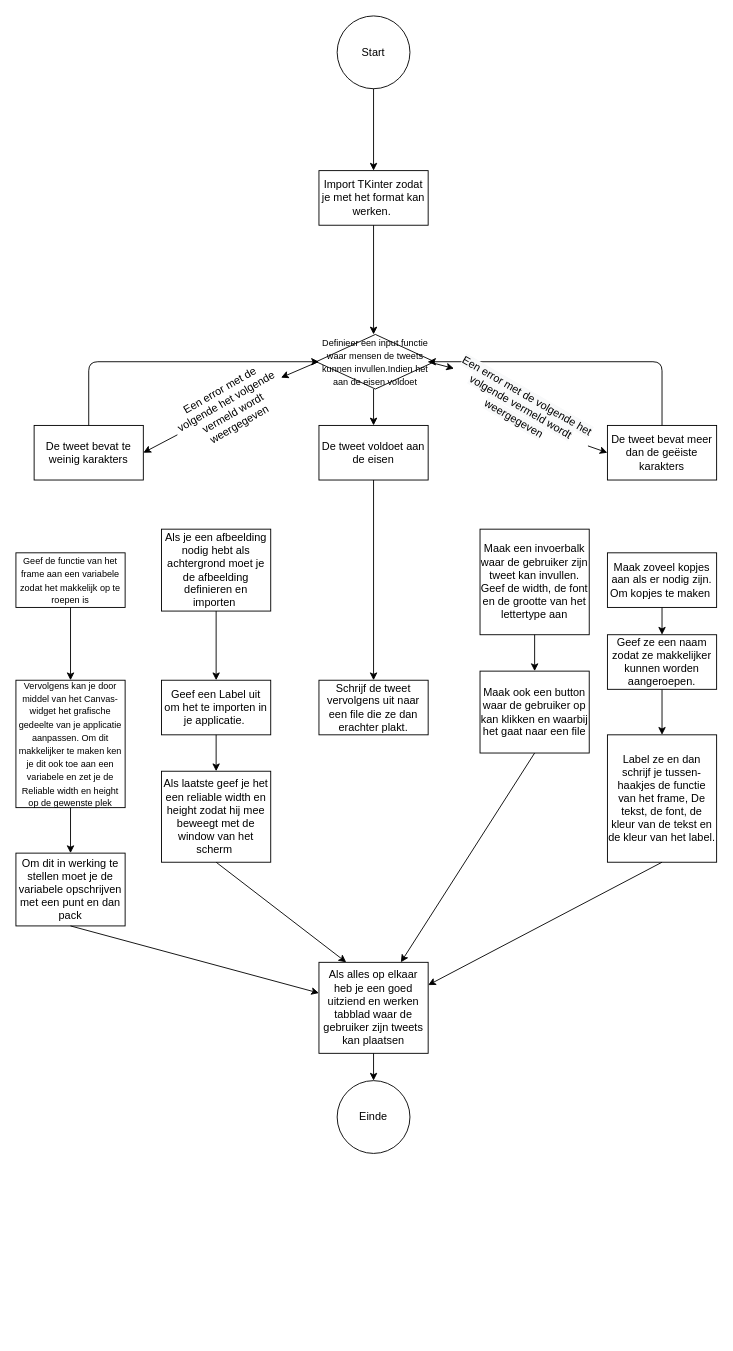
The draw.io diagram Untitled Diagram.drawio in yairw-222/Ya-r, before the edit. Source tidied: cells renumbered, new cells numbered last; positions are measured from the earlier drawing's top-left corner, leaving out a move shared by most shapes. Both pictures are drawn from the tidied source at 91%, with x=0, y=0 at pixel (15, 15).
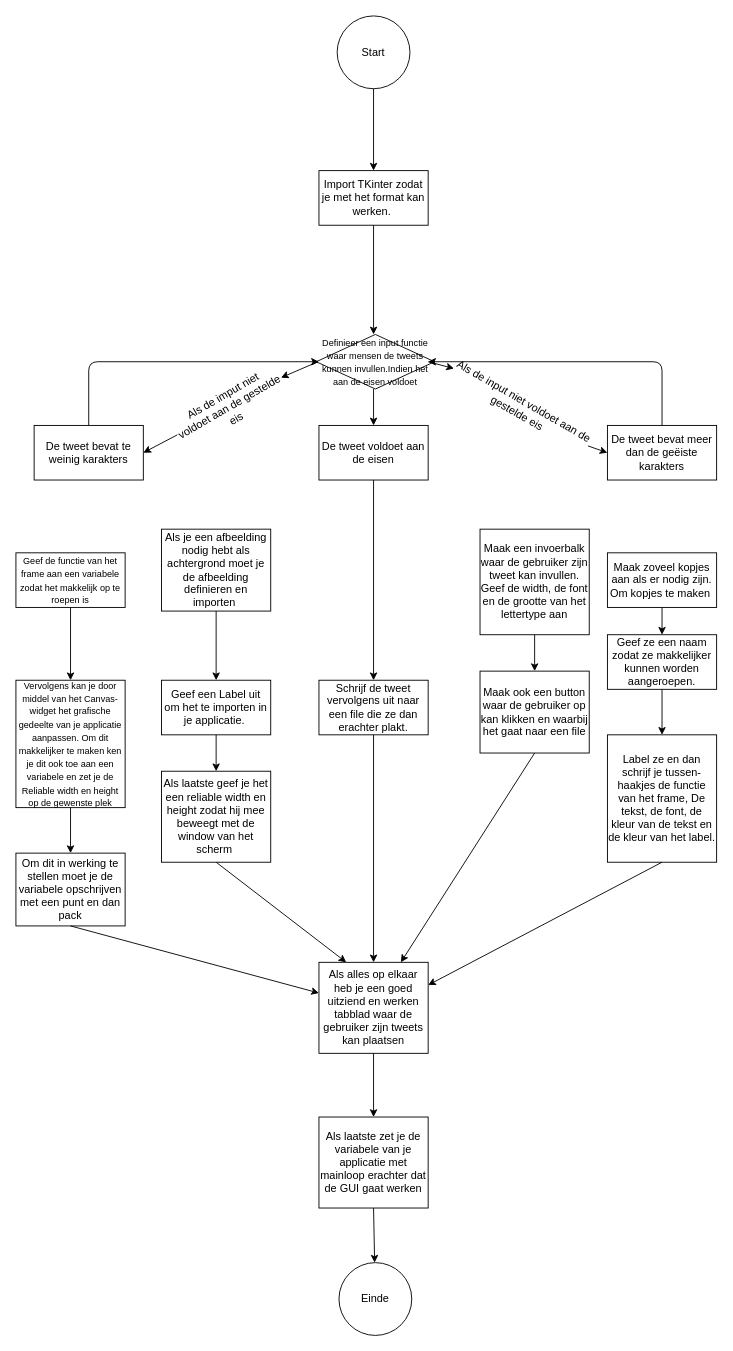
After the change.

The change refers to these unchanged cells:
```xml
<mxCell id="15" value="Schrijf de tweet vervolgens uit naar een file die ze dan erachter plakt." style="rounded=0;whiteSpace=wrap;html=1;" parent="1" vertex="1">
  <mxGeometry x="333" y="730" width="120" height="60" as="geometry" />
</mxCell>
<mxCell id="43" value="Als alles op elkaar heb je een goed uitziend en werken tabblad waar de gebruiker zijn tweets kan plaatsen" style="rounded=0;whiteSpace=wrap;html=1;" parent="1" vertex="1">
  <mxGeometry x="333" y="1040" width="120" height="100" as="geometry" />
</mxCell>
```

Diff of the diagram source:
```diff
@@
-    <mxCell id="21" value="Een error met de volgende het volgende vermeld wordt weergegeven" style="text;html=1;strokeColor=none;fillColor=none;align=center;verticalAlign=middle;whiteSpace=wrap;rounded=0;rotation=-30;" parent="1" vertex="1">
+    <mxCell id="21" value="Als de imput niet voldoet aan de gestelde eis" style="text;html=1;strokeColor=none;fillColor=none;align=center;verticalAlign=middle;whiteSpace=wrap;rounded=0;rotation=-30;" parent="1" vertex="1">
       <mxGeometry x="170" y="420" width="130" height="20" as="geometry" />
     </mxCell>
@@
-    <mxCell id="23" value="&lt;span style=&quot;display: inline ; float: none ; background-color: rgb(248 , 249 , 250) ; color: rgb(0 , 0 , 0) ; font-family: &amp;#34;helvetica&amp;#34; ; font-size: 12px ; font-style: normal ; font-variant: normal ; font-weight: normal ; letter-spacing: normal ; line-height: 1.2 ; overflow-wrap: normal ; text-align: center ; text-decoration: none ; text-indent: 0px ; text-transform: none ; white-space: normal ; word-spacing: 0px&quot;&gt;Een error met de volgende het volgende vermeld wordt weergegeven&lt;/span&gt;" style="text;html=1;strokeColor=none;fillColor=none;align=center;verticalAlign=middle;whiteSpace=wrap;rounded=0;rotation=30;" parent="1" vertex="1">
+    <mxCell id="23" value="Als de input niet voldoet aan de gestelde eis" style="text;html=1;strokeColor=none;fillColor=none;align=center;verticalAlign=middle;whiteSpace=wrap;rounded=0;rotation=30;" parent="1" vertex="1">
       <mxGeometry x="470" y="420" width="170" height="20" as="geometry" />
     </mxCell>
@@
-    <mxCell id="44" style="endArrow=classic;html=1;exitX=0.5;exitY=1;exitDx=0;exitDy=0;" parent="1" edge="1" source="43" target="45">
+    <mxCell id="44" style="endArrow=classic;html=1;exitX=0.5;exitY=1;exitDx=0;exitDy=0;" parent="1" edge="1" source="46" target="45">
       <mxGeometry relative="1" as="geometry" />
     </mxCell>
     <mxCell id="45" value="Einde" style="ellipse;whiteSpace=wrap;html=1;" parent="1" vertex="1">
-      <mxGeometry x="353" y="1170" width="80" height="80" as="geometry" />
+      <mxGeometry x="355" y="1370" width="80" height="80" as="geometry" />
     </mxCell>
+    <mxCell id="46" value="Als laatste zet je de variabele van je applicatie met mainloop erachter dat de GUI gaat werken" style="rounded=0;whiteSpace=wrap;html=1;" parent="1" vertex="1">
+      <mxGeometry x="333" y="1210" width="120" height="100" as="geometry" />
+    </mxCell>
+    <mxCell id="47" style="endArrow=classic;html=1;exitX=0.5;exitY=1;exitDx=0;exitDy=0;" parent="1" edge="1" source="43" target="46">
+      <mxGeometry relative="1" as="geometry" />
+    </mxCell>
+    <mxCell id="48" style="endArrow=classic;html=1;exitX=0.5;exitY=1;exitDx=0;exitDy=0;entryX=0.5;entryY=0;entryDx=0;entryDy=0;" parent="1" edge="1" source="15" target="43">
+      <mxGeometry relative="1" as="geometry" />
+    </mxCell>
```
